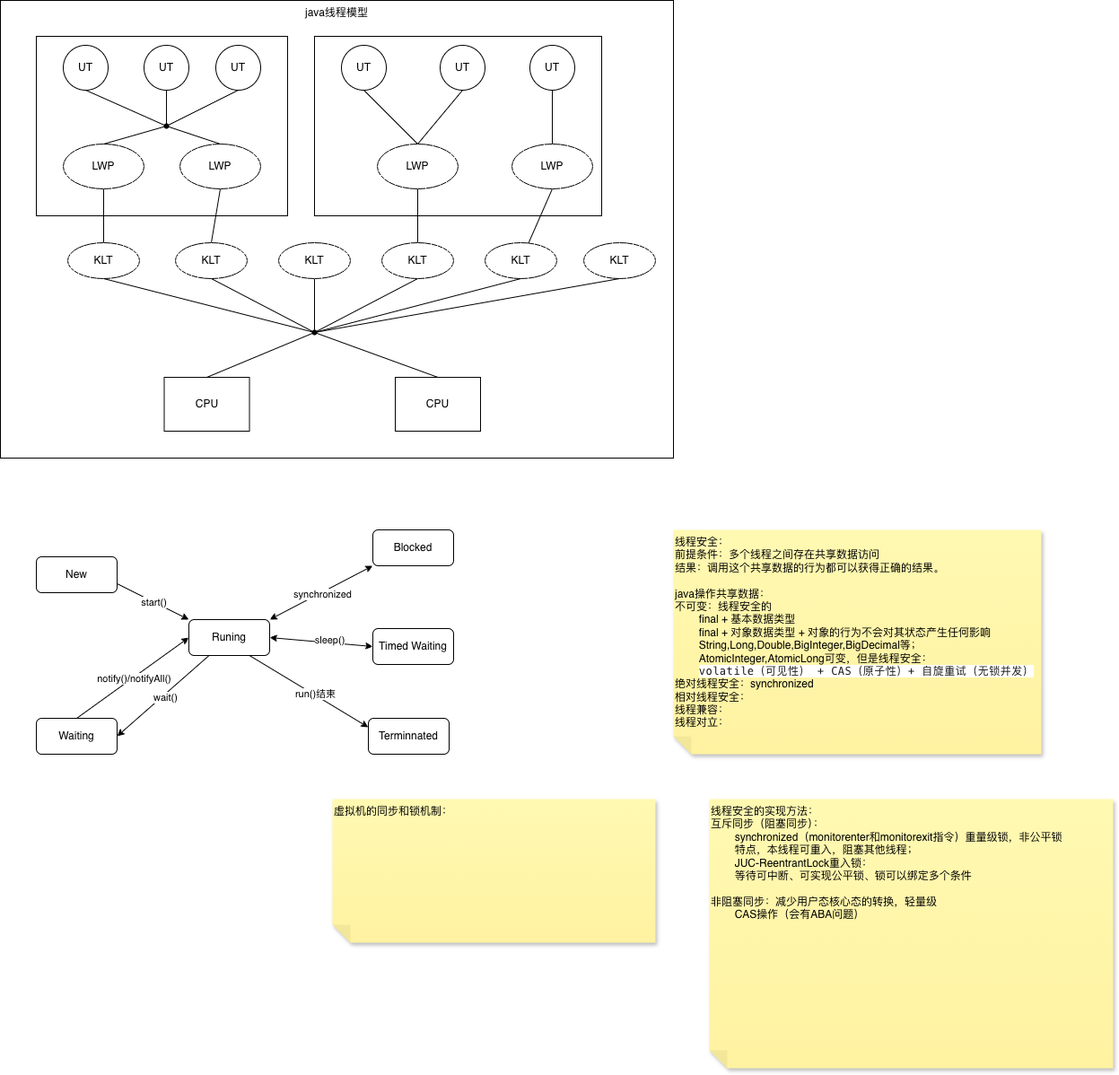
The draw.io diagram java线程模型和线程状态.drawio.png in ggs2015/file, before a commit. Source tidied: cells renumbered, new cells last; positions are measured from the earlier drawing's top-left corner, leaving out a move shared by most shapes.
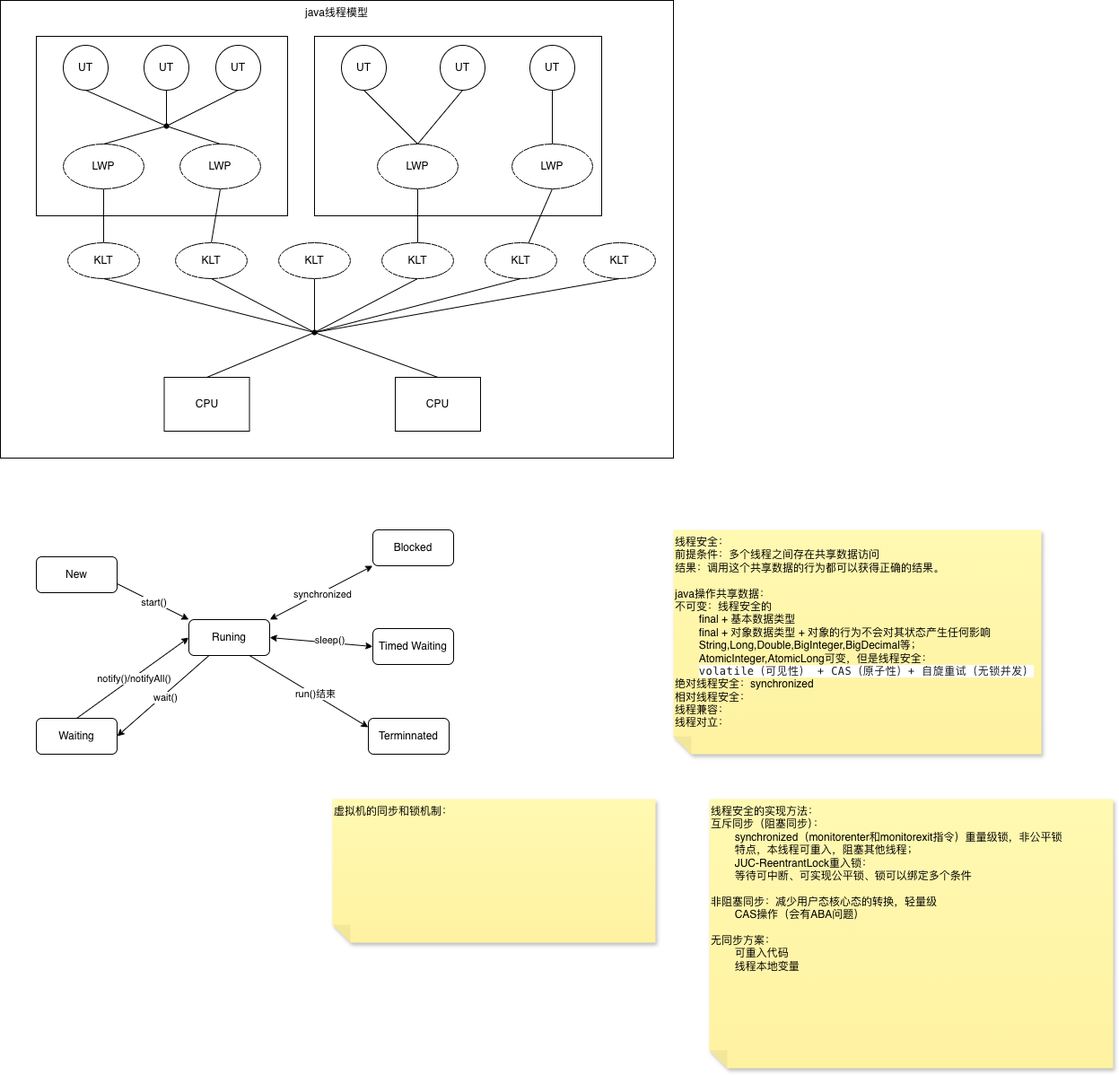
The same file after the commit.

Commit message:
更新java线程模型和线程状态.drawio.png

Change to the diagram source:
```diff
@@ -195,7 +195,7 @@
     <mxCell id="64" value="线程安全：&lt;div&gt;前提条件：多个线程之间存在共享数据访问&lt;/div&gt;&lt;div&gt;结果：调用这个共享数据的行为都可以获得正确的结果。&lt;/div&gt;&lt;div&gt;&lt;br&gt;&lt;/div&gt;&lt;div&gt;java操作共享数据：&lt;/div&gt;&lt;div&gt;不可变：线程安全的&lt;/div&gt;&lt;div&gt;&lt;span style=&quot;white-space: pre;&quot;&gt;&#9;&lt;/span&gt;final + 基本数据类型&lt;/div&gt;&lt;div&gt;&lt;span style=&quot;white-space: pre;&quot;&gt;&#9;&lt;/span&gt;final + 对象数据类型 + 对象的行为不会对其状态产生任何影响&lt;/div&gt;&lt;div&gt;&lt;span style=&quot;white-space: pre;&quot;&gt;&#9;&lt;/span&gt;String,Long,Double,BigInteger,BigDecimal等；&lt;br&gt;&lt;/div&gt;&lt;div&gt;&lt;span style=&quot;white-space: pre;&quot;&gt;&#9;&lt;/span&gt;AtomicInteger,AtomicLong可变，但是线程安全：&lt;br&gt;&lt;/div&gt;&lt;div&gt;&lt;span style=&quot;white-space: pre;&quot;&gt;&#9;&lt;/span&gt;&lt;font color=&quot;#1a1a1a&quot; face=&quot;Fira Code, Fira Mono, Menlo, Consolas, DejaVu Sans Mono, monospace&quot;&gt;&lt;span style=&quot;letter-spacing: 0.5px; background-color: rgb(255, 255, 255);&quot;&gt;volatile（可见性） + CAS（原子性）+ 自旋重试（无锁并发）&lt;/span&gt;&lt;/font&gt;&lt;/div&gt;&lt;div&gt;绝对线程安全：synchronized&lt;/div&gt;&lt;div&gt;相对线程安全：&lt;/div&gt;&lt;div&gt;线程兼容：&lt;/div&gt;&lt;div&gt;线程对立：&lt;/div&gt;&lt;div&gt;&lt;br&gt;&lt;/div&gt;&lt;div&gt;&lt;span style=&quot;white-space: pre;&quot;&gt;&#9;&lt;/span&gt;&lt;br&gt;&lt;/div&gt;" style="shape=note;whiteSpace=wrap;html=1;backgroundOutline=1;fontColor=#000000;darkOpacity=0.05;fillColor=#FFF9B2;strokeColor=none;fillStyle=solid;direction=west;gradientDirection=north;gradientColor=#FFF2A1;shadow=1;size=20;verticalAlign=top;align=left;" parent="1" vertex="1">
       <mxGeometry x="750" y="590" width="410" height="250" as="geometry" />
     </mxCell>
-    <mxCell id="65" value="线程安全的实现方法：&lt;div&gt;互斥同步（阻塞同步）：&lt;/div&gt;&lt;div&gt;&lt;span style=&quot;white-space: pre;&quot;&gt;&#9;&lt;/span&gt;synchronized（monitorenter和monitorexit指令）重量级锁，非公平锁&lt;/div&gt;&lt;div&gt;&lt;span style=&quot;white-space: pre;&quot;&gt;&#9;&lt;/span&gt;特点，本线程可重入，阻塞其他线程；&lt;br&gt;&lt;/div&gt;&lt;div&gt;&lt;span style=&quot;white-space: pre;&quot;&gt;&#9;&lt;/span&gt;JUC-ReentrantLock重入锁：&lt;br&gt;&lt;/div&gt;&lt;div&gt;&lt;span style=&quot;white-space: pre;&quot;&gt;&#9;&lt;/span&gt;等待可中断、可实现公平锁、锁可以绑定多个条件&lt;br&gt;&lt;/div&gt;&lt;div&gt;&lt;br&gt;&lt;/div&gt;&lt;div&gt;非阻塞同步：减少用户态核心态的转换，轻量级&lt;/div&gt;&lt;div&gt;&lt;span style=&quot;white-space: pre;&quot;&gt;&#9;&lt;/span&gt;CAS操作（会有ABA问题）&lt;br&gt;&lt;/div&gt;&lt;div&gt;&lt;br&gt;&lt;/div&gt;&lt;div&gt;&lt;br&gt;&lt;/div&gt;" style="shape=note;whiteSpace=wrap;html=1;backgroundOutline=1;fontColor=#000000;darkOpacity=0.05;fillColor=#FFF9B2;strokeColor=none;fillStyle=solid;direction=west;gradientDirection=north;gradientColor=#FFF2A1;shadow=1;size=20;verticalAlign=top;align=left;" parent="1" vertex="1">
+    <mxCell id="65" value="线程安全的实现方法：&lt;div&gt;互斥同步（阻塞同步）：&lt;/div&gt;&lt;div&gt;&lt;span style=&quot;white-space: pre;&quot;&gt;&#9;&lt;/span&gt;synchronized（monitorenter和monitorexit指令）重量级锁，非公平锁&lt;/div&gt;&lt;div&gt;&lt;span style=&quot;white-space: pre;&quot;&gt;&#9;&lt;/span&gt;特点，本线程可重入，阻塞其他线程；&lt;br&gt;&lt;/div&gt;&lt;div&gt;&lt;span style=&quot;white-space: pre;&quot;&gt;&#9;&lt;/span&gt;JUC-ReentrantLock重入锁：&lt;br&gt;&lt;/div&gt;&lt;div&gt;&lt;span style=&quot;white-space: pre;&quot;&gt;&#9;&lt;/span&gt;等待可中断、可实现公平锁、锁可以绑定多个条件&lt;br&gt;&lt;/div&gt;&lt;div&gt;&lt;br&gt;&lt;/div&gt;&lt;div&gt;非阻塞同步：减少用户态核心态的转换，轻量级&lt;/div&gt;&lt;div&gt;&lt;span style=&quot;white-space: pre;&quot;&gt;&#9;&lt;/span&gt;CAS操作（会有ABA问题）&lt;br&gt;&lt;/div&gt;&lt;div&gt;&lt;br&gt;&lt;/div&gt;&lt;div&gt;无同步方案：&lt;/div&gt;&lt;div&gt;&lt;span style=&quot;white-space: pre;&quot;&gt;&#9;&lt;/span&gt;可重入代码&lt;br&gt;&lt;/div&gt;&lt;div&gt;&lt;span style=&quot;white-space: pre;&quot;&gt;&#9;&lt;/span&gt;线程本地变量&lt;br&gt;&lt;/div&gt;" style="shape=note;whiteSpace=wrap;html=1;backgroundOutline=1;fontColor=#000000;darkOpacity=0.05;fillColor=#FFF9B2;strokeColor=none;fillStyle=solid;direction=west;gradientDirection=north;gradientColor=#FFF2A1;shadow=1;size=20;verticalAlign=top;align=left;" parent="1" vertex="1">
       <mxGeometry x="790" y="890" width="450" height="300" as="geometry" />
     </mxCell>
     <mxCell id="66" value="虚拟机的同步和锁机制：" style="shape=note;whiteSpace=wrap;html=1;backgroundOutline=1;fontColor=#000000;darkOpacity=0.05;fillColor=#FFF9B2;strokeColor=none;fillStyle=solid;direction=west;gradientDirection=north;gradientColor=#FFF2A1;shadow=1;size=20;verticalAlign=top;align=left;" parent="1" vertex="1">
```
